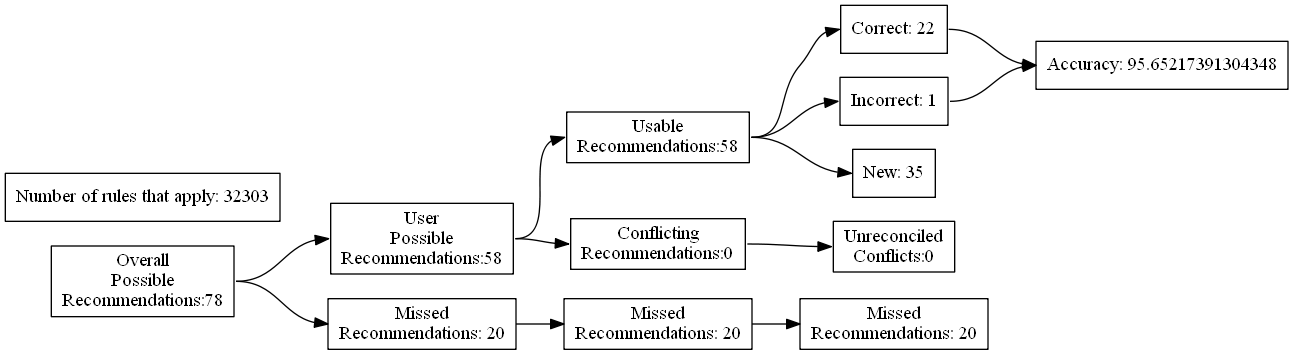
This is test_renders/38.gv.png from ZaxR/ibd_diet_analysis, a Graphviz export, as it was before one commit. Its source is kept beside it as test_renders/38.gv.
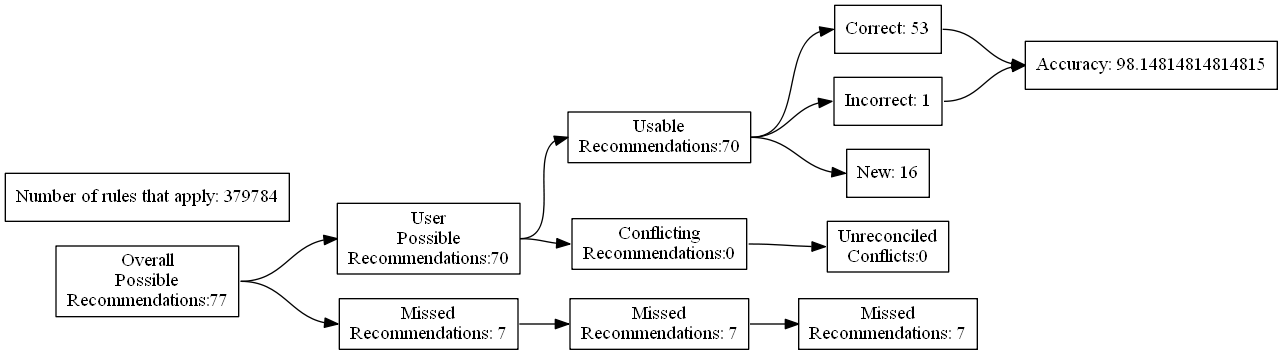
After the change.

What changed in the source:
```diff
@@ -4,27 +4,27 @@
 	edge [headport=w tailport=e]
 		A [label="Overall
 Possible
-Recommendations:78"]
+Recommendations:77"]
 		B [label="User
 Possible
-Recommendations:58"]
+Recommendations:70"]
 		C [label="Missed
-Recommendations: 20"]
+Recommendations: 7"]
 		D [label="Usable
-Recommendations:58"]
+Recommendations:70"]
 		E [label="Conflicting
 Recommendations:0"]
 		J [label="Missed
-Recommendations: 20"]
+Recommendations: 7"]
 		M [label="Unreconciled
 Conflicts:0"]
-		F [label="Correct: 22"]
+		F [label="Correct: 53"]
 		G [label="Incorrect: 1"]
-		H [label="New: 35"]
+		H [label="New: 16"]
 		K [label="Missed
-Recommendations: 20"]
-		I [label="Accuracy: 95.65217391304348"]
-		l [label="Number of rules that apply: 32303"]
+Recommendations: 7"]
+		I [label="Accuracy: 98.14814814814815"]
+		l [label="Number of rules that apply: 379784"]
 			A -> B
 			A -> C
 			B -> D
```
